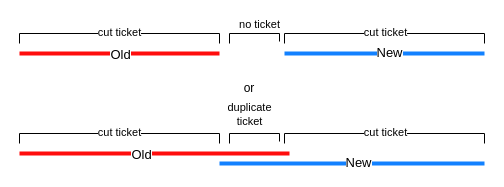
The draw.io diagram page "Page-1" (1 of 2) of switching.drawio in AlanLoveCod1ng/temp, before the edit. Source tidied: cells renumbered, new cells numbered last; positions are measured from the earlier drawing's top-left corner, leaving out a move shared by most shapes. Both pictures are drawn from the tidied source at 100%, with x=0, y=0 at pixel (19, 33).
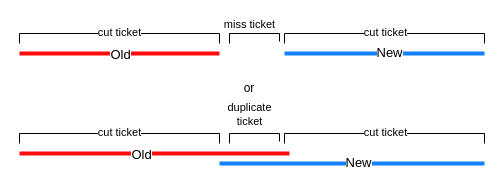
The same page after the edit.

The change refers to these unchanged cells:
```xml
<mxCell id="10" style="endArrow=none;html=1;rounded=0;" parent="1" edge="1">
  <mxGeometry relative="1" as="geometry">
    <mxPoint x="210" y="10" as="sourcePoint" />
    <mxPoint x="260" y="8" as="targetPoint" />
    <Array as="points">
      <mxPoint x="210" />
      <mxPoint x="260" />
    </Array>
  </mxGeometry>
</mxCell>
```

Change to the diagram source:
```diff
@@
-    <mxCell id="11" value="no ticket" style="edgeLabel;html=1;align=center;verticalAlign=middle;" parent="10" vertex="1">
+    <mxCell id="11" value="miss ticket" style="edgeLabel;html=1;align=center;verticalAlign=middle;" parent="10" vertex="1">
       <mxGeometry x="0.13" y="2" relative="1" as="geometry">
-        <mxPoint x="1" y="-8" as="offset" />
+        <mxPoint x="-9" y="-8" as="offset" />
       </mxGeometry>
     </mxCell>
```
